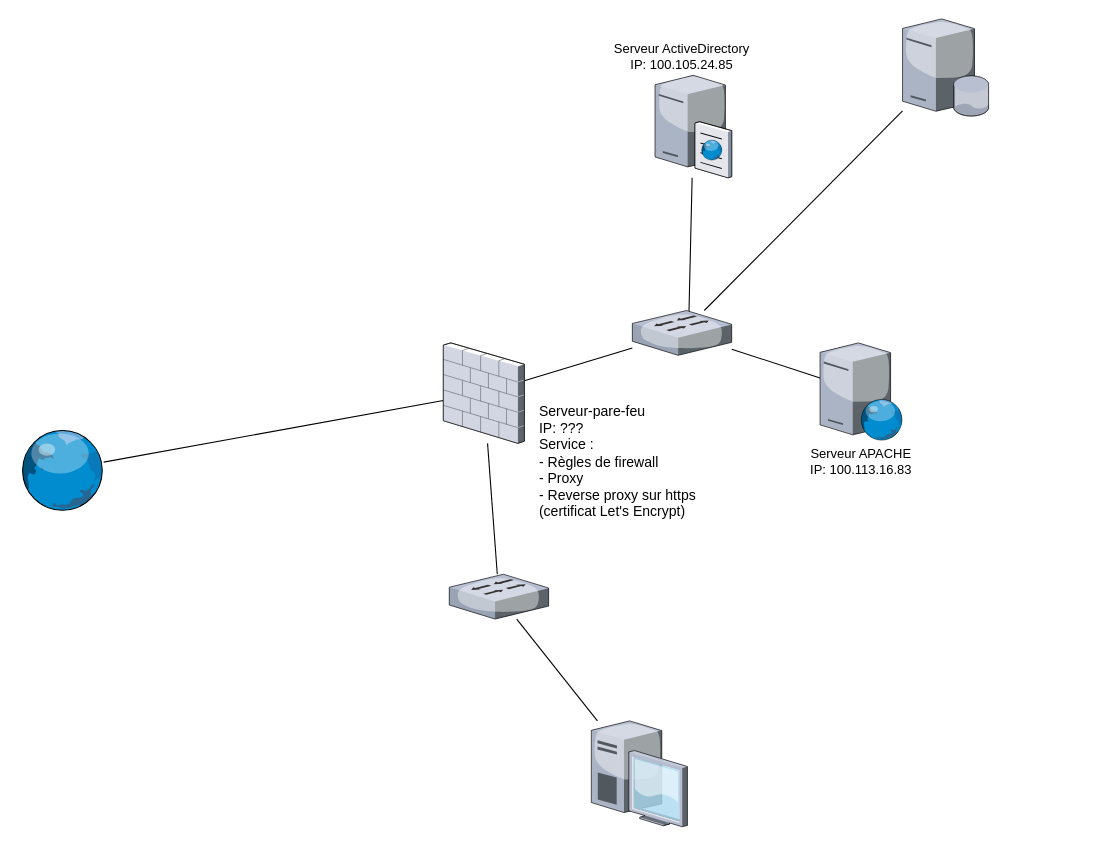
MaximeCaparros/infraProjetIntranet keeps this draw.io diagram as diagramme/Diagramme sans nom.drawio. Above is the earlier version. Source tidied: cells renumbered, new cells numbered last; positions are measured from the earlier drawing's top-left corner, leaving out a move shared by most shapes. Both pictures are drawn from the tidied source at 108%, with x=0, y=0 at pixel (18, 18).
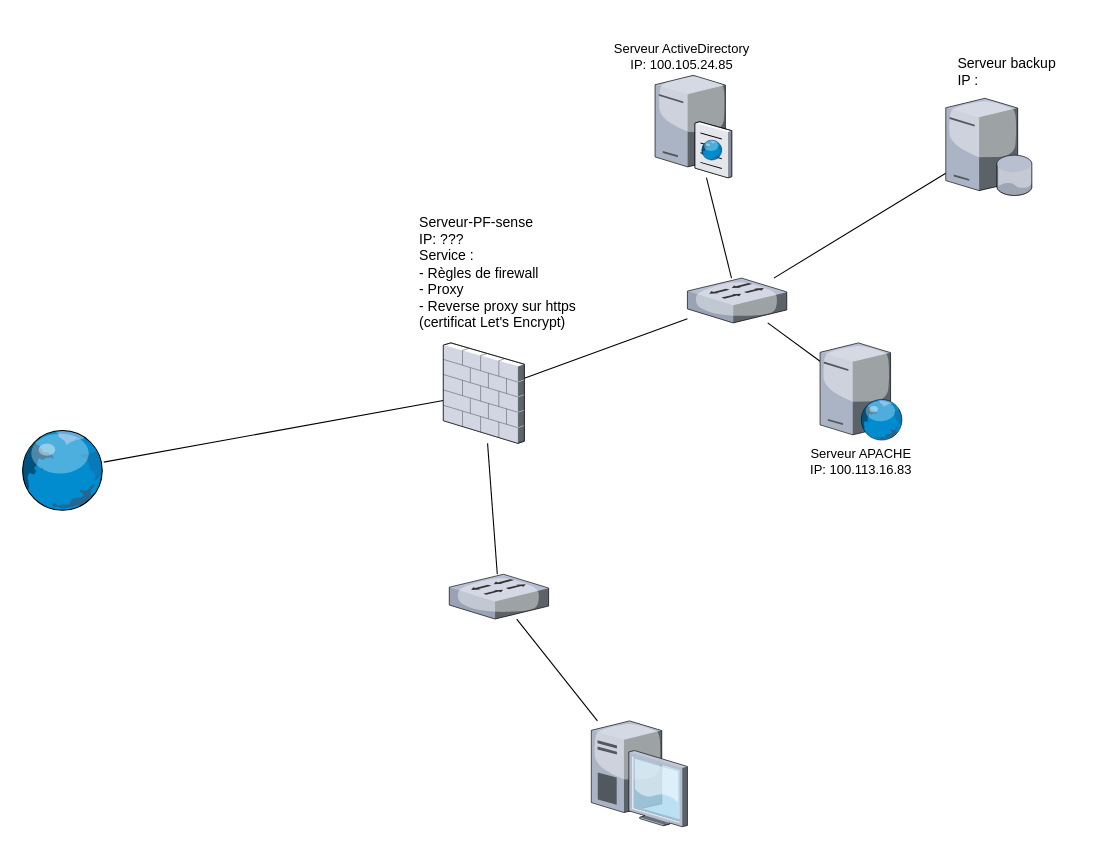
After the change.

Commit message:
Ajout du serveur backup

The change refers to these unchanged cells:
```xml
<mxCell id="12" style="verticalLabelPosition=bottom;sketch=0;html=1;verticalAlign=top;strokeColor=none;align=center;outlineConnect=0;shape=mxgraph.citrix.ftp_server;" parent="1" vertex="1">
  <mxGeometry x="589" y="50" width="71" height="97" as="geometry" />
</mxCell>
```

The edit, as a diff of the source:
```diff
@@
     <mxCell id="11" style="rounded=0;jettySize=auto;html=1;endArrow=none;endFill=0;" parent="1" edge="1" source="12" target="19">
-      <mxGeometry relative="1" as="geometry">
-        <Array as="points">
-          <mxPoint x="620" y="290" />
-        </Array>
-      </mxGeometry>
+      <mxGeometry relative="1" as="geometry" />
     </mxCell>
@@
-    <mxCell id="15" value="&lt;font style=&quot;font-size: 13px;&quot;&gt;Serveur-pare-feu&lt;br&gt;IP: ???&lt;br&gt;Service :&lt;br&gt;- Règles de firewall&lt;br&gt;- Proxy&lt;br&gt;- Reverse proxy sur https&lt;br&gt;(certificat Let's Encrypt)&lt;br&gt;&lt;/font&gt;" style="text;html=1;strokeColor=none;fillColor=none;align=left;verticalAlign=middle;whiteSpace=wrap;rounded=0;" parent="1" vertex="1">
-      <mxGeometry x="480" y="345" width="150" height="130" as="geometry" />
+    <mxCell id="15" value="&lt;font style=&quot;font-size: 13px;&quot;&gt;Serveur-PF-sense&lt;br&gt;IP: ???&lt;br&gt;Service :&lt;br&gt;- Règles de firewall&lt;br&gt;- Proxy&lt;br&gt;- Reverse proxy sur https&lt;br&gt;(certificat Let's Encrypt)&lt;br&gt;&lt;/font&gt;" style="text;html=1;strokeColor=none;fillColor=none;align=left;verticalAlign=middle;whiteSpace=wrap;rounded=0;" parent="1" vertex="1">
+      <mxGeometry x="369" y="170" width="150" height="130" as="geometry" />
     </mxCell>
@@
     <mxCell id="17" style="verticalLabelPosition=bottom;sketch=0;html=1;verticalAlign=top;strokeColor=none;align=center;outlineConnect=0;shape=mxgraph.citrix.database_server;fontSize=13;" parent="1" vertex="1">
-      <mxGeometry x="818.2" width="80" height="90" as="geometry" />
+      <mxGeometry x="858.2" y="73.5" width="80" height="90" as="geometry" />
     </mxCell>
@@
     <mxCell id="19" style="verticalLabelPosition=bottom;sketch=0;html=1;verticalAlign=top;strokeColor=none;align=center;outlineConnect=0;shape=mxgraph.citrix.switch;" parent="1" vertex="1">
-      <mxGeometry x="568" y="270" width="92" height="41.5" as="geometry" />
+      <mxGeometry x="619" y="240" width="92" height="41.5" as="geometry" />
     </mxCell>
+    <mxCell id="20" value="Serveur backup&lt;br&gt;&lt;div style=&quot;text-align: left;&quot;&gt;&lt;span style=&quot;background-color: initial;&quot;&gt;IP :&lt;/span&gt;&lt;/div&gt;" style="text;html=1;strokeColor=none;fillColor=none;align=center;verticalAlign=middle;whiteSpace=wrap;rounded=0;fontSize=13;" parent="1" vertex="1">
+      <mxGeometry x="850" y="33.5" width="130" height="30" as="geometry" />
+    </mxCell>
```
